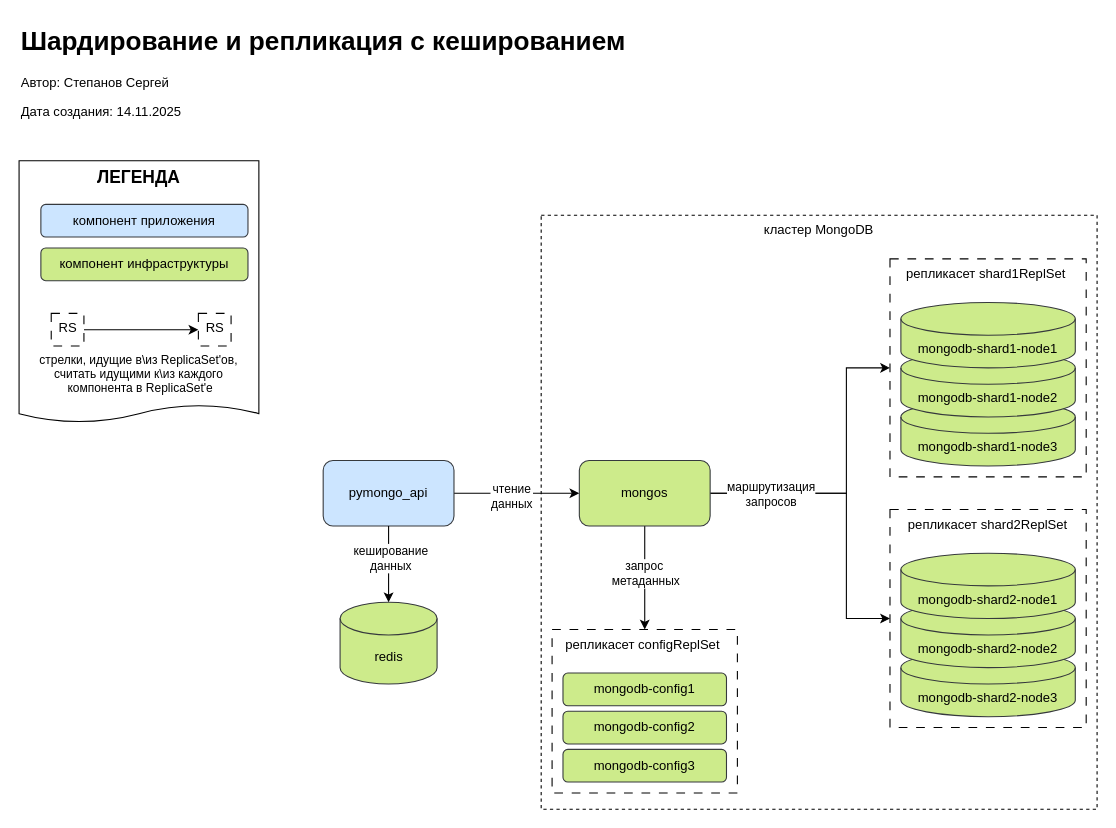
Above: page "cache" (3 of 5) of bf_sharding.drawio in MorKaragh/drawings (draw.io), before the change. Source tidied: cells renumbered, new cells numbered last; positions are measured from the earlier drawing's top-left corner, leaving out a move shared by most shapes. Both pictures are drawn from the tidied source at 109%, with x=0, y=0 at pixel (19, 19).
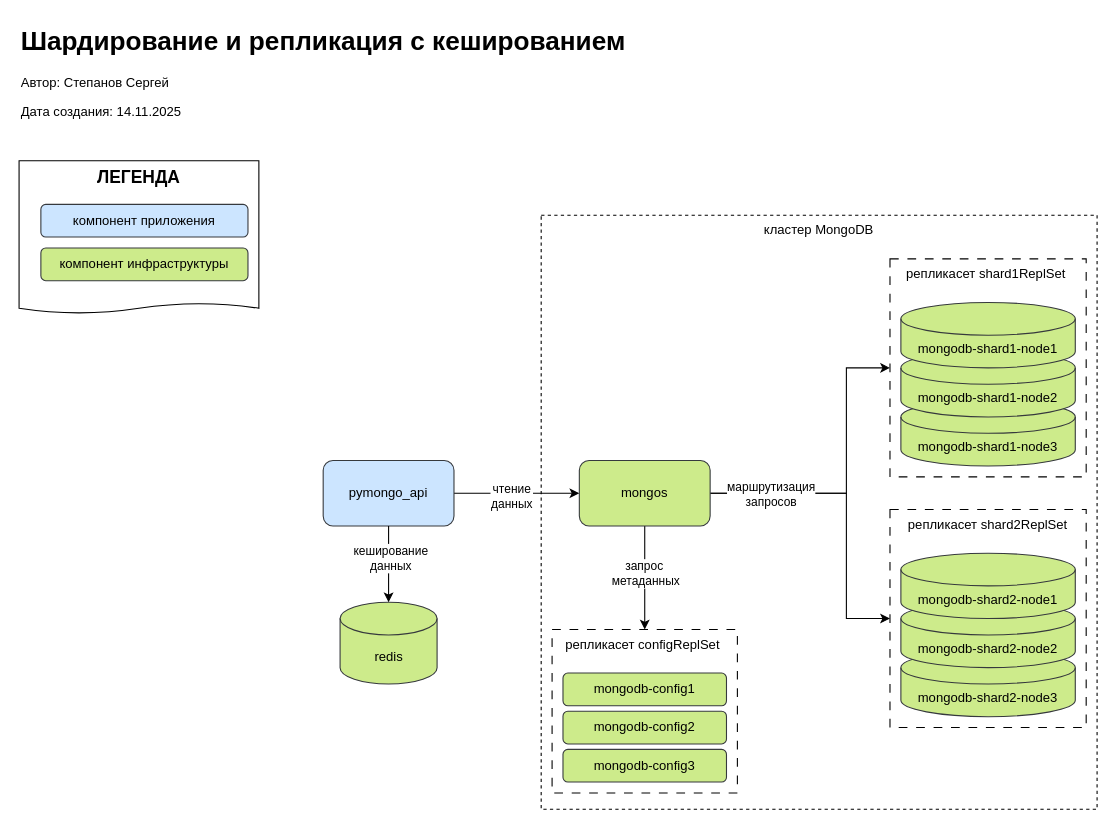
After the change.

The edit, as a diff of the source:
```diff
@@
     <mxCell id="28" style="shape=document;whiteSpace=wrap;html=1;boundedLbl=1;size=0.06666666666666667;" parent="1" vertex="1">
-      <mxGeometry y="130" width="220" height="240" as="geometry" />
+      <mxGeometry y="130" width="220" height="140" as="geometry" />
     </mxCell>
@@
-    <mxCell id="32" style="edgeStyle=orthogonalEdgeStyle;rounded=0;jettySize=auto;html=1;exitX=1;exitY=0.5;exitDx=0;exitDy=0;entryX=0;entryY=0.5;entryDx=0;entryDy=0;" parent="1" edge="1" source="34" target="35">
-      <mxGeometry relative="1" as="geometry" />
-    </mxCell>
-    <mxCell id="33" value="стрелки,&amp;nbsp;&lt;span style=&quot;background-color: light-dark(#ffffff, var(--ge-dark-color, #121212)); color: light-dark(rgb(0, 0, 0), rgb(255, 255, 255));&quot;&gt;идущие в\из ReplicaSet'ов,&amp;nbsp;&lt;/span&gt;&lt;div&gt;&lt;span style=&quot;background-color: light-dark(#ffffff, var(--ge-dark-color, #121212)); color: light-dark(rgb(0, 0, 0), rgb(255, 255, 255));&quot;&gt;считать идущими к\из каждого&amp;nbsp;&lt;/span&gt;&lt;/div&gt;&lt;div&gt;&lt;span style=&quot;background-color: light-dark(#ffffff, var(--ge-dark-color, #121212)); color: light-dark(rgb(0, 0, 0), rgb(255, 255, 255));&quot;&gt;компонента в ReplicaSet'е&lt;/span&gt;&lt;/div&gt;" style="edgeLabel;html=1;align=center;verticalAlign=middle;" parent="32" vertex="1">
-      <mxGeometry x="-0.09" y="-2" relative="1" as="geometry">
-        <mxPoint x="3" y="38" as="offset" />
-      </mxGeometry>
-    </mxCell>
-    <mxCell id="34" value="RS" style="rounded=0;whiteSpace=wrap;html=1;verticalAlign=top;dashed=1;dashPattern=8 8;" parent="1" vertex="1">
-      <mxGeometry x="29.5" y="270" width="30" height="30" as="geometry" />
-    </mxCell>
-    <mxCell id="35" value="RS" style="rounded=0;whiteSpace=wrap;html=1;verticalAlign=top;dashed=1;dashPattern=8 8;" parent="1" vertex="1">
-      <mxGeometry x="164.5" y="270" width="30" height="30" as="geometry" />
-    </mxCell>
```
